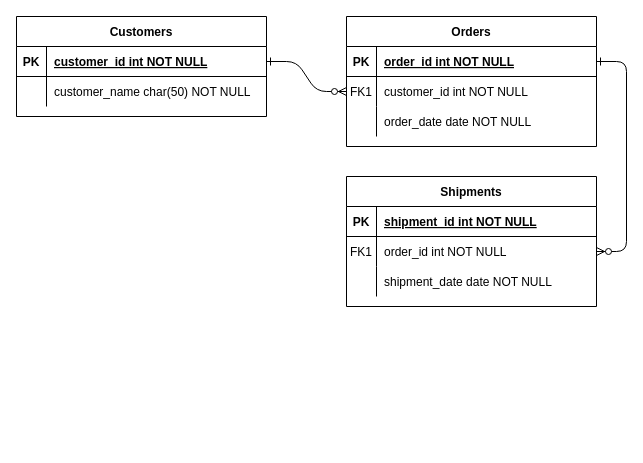
This is parent/practice/FF22.drawio from GarethDooling/FantasyFooty22, a draw.io file, before an edit. Source tidied: cells renumbered, new cells numbered last; positions are measured from the earlier drawing's top-left corner, leaving out a move shared by most shapes. Both pictures are drawn from the tidied source at 100%, with x=0, y=0 at pixel (16, 16).
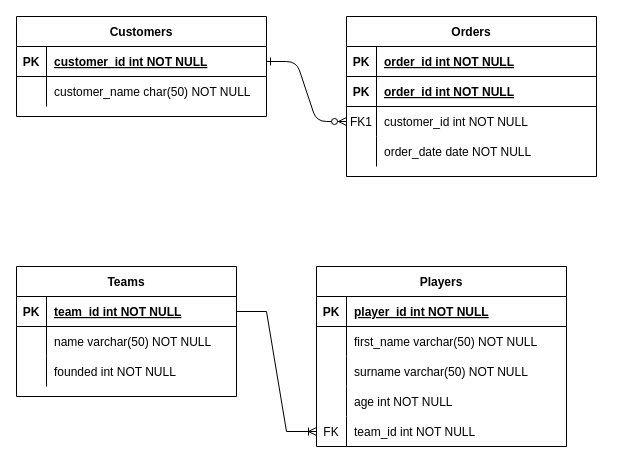
After the change.

The change refers to these unchanged cells:
```xml
<mxCell id="5" style="shape=partialRectangle;fillColor=none;points=[[0,0.5],[1,0.5]];portConstraint=eastwest;top=0;left=0;right=0;bottom=1;" parent="4" vertex="1">
  <mxGeometry y="30" width="250" height="30" as="geometry" />
</mxCell>
```

What changed in the source:
```diff
@@
-    <mxCell id="3" style="edgeStyle=entityRelationEdgeStyle;endArrow=ERzeroToMany;startArrow=ERone;endFill=1;startFill=0;" parent="1" edge="1" source="5" target="18">
-      <mxGeometry relative="1" as="geometry" />
-    </mxCell>
     <mxCell id="4" value="Orders" style="shape=table;startSize=30;childLayout=tableLayout;rowLines=0;fontStyle=1;align=center;" parent="1" vertex="1">
-      <mxGeometry x="330" width="250" height="130" as="geometry" />
+      <mxGeometry x="330" width="250" height="160" as="geometry" />
     </mxCell>
@@
+    <mxCell id="31" style="shape=partialRectangle;fillColor=none;top=0;left=0;right=0;bottom=1;" parent="4" vertex="1">
+      <mxGeometry y="60" width="250" height="30" as="geometry" />
+    </mxCell>
+    <mxCell id="16" value="PK" style="shape=partialRectangle;overflow=hidden;fillColor=none;top=0;left=0;bottom=0;right=0;fontStyle=1;" parent="31" vertex="1">
+      <mxGeometry width="30" height="30" as="geometry" />
+    </mxCell>
+    <mxCell id="20" value="order_id int NOT NULL " style="shape=partialRectangle;overflow=hidden;fillColor=none;top=0;left=0;bottom=0;right=0;align=left;spacingLeft=6;fontStyle=5;" parent="31" vertex="1">
+      <mxGeometry x="30" width="220" height="30" as="geometry" />
+    </mxCell>
     <mxCell id="8" style="shape=partialRectangle;fillColor=none;points=[[0,0.5],[1,0.5]];portConstraint=eastwest;top=0;left=0;right=0;bottom=0;" parent="4" vertex="1">
-      <mxGeometry y="60" width="250" height="30" as="geometry" />
+      <mxGeometry y="90" width="250" height="30" as="geometry" />
     </mxCell>
@@
     <mxCell id="11" style="shape=partialRectangle;fillColor=none;top=0;left=0;right=0;bottom=0;" parent="4" vertex="1">
-      <mxGeometry y="90" width="250" height="30" as="geometry" />
+      <mxGeometry y="120" width="250" height="30" as="geometry" />
     </mxCell>
@@
-    <mxCell id="14" value="Shipments" style="shape=table;startSize=30;childLayout=tableLayout;rowLines=0;fontStyle=1;align=center;" parent="1" vertex="1">
-      <mxGeometry x="330" y="160" width="250" height="130" as="geometry" />
-    </mxCell>
-    <mxCell id="15" style="shape=partialRectangle;fillColor=none;top=0;left=0;right=0;bottom=1;" parent="14" vertex="1">
-      <mxGeometry y="30" width="250" height="30" as="geometry" />
-    </mxCell>
-    <mxCell id="16" value="PK" style="shape=partialRectangle;overflow=hidden;fillColor=none;top=0;left=0;bottom=0;right=0;fontStyle=1;" parent="15" vertex="1">
-      <mxGeometry width="30" height="30" as="geometry" />
-    </mxCell>
-    <mxCell id="17" value="shipment_id int NOT NULL " style="shape=partialRectangle;overflow=hidden;fillColor=none;top=0;left=0;bottom=0;right=0;align=left;spacingLeft=6;fontStyle=5;" parent="15" vertex="1">
-      <mxGeometry x="30" width="220" height="30" as="geometry" />
-    </mxCell>
-    <mxCell id="18" style="shape=partialRectangle;fillColor=none;points=[[0,0.5],[1,0.5]];portConstraint=eastwest;top=0;left=0;right=0;bottom=0;" parent="14" vertex="1">
-      <mxGeometry y="60" width="250" height="30" as="geometry" />
-    </mxCell>
-    <mxCell id="19" value="FK1" style="shape=partialRectangle;overflow=hidden;fillColor=none;top=0;left=0;bottom=0;right=0;" parent="18" vertex="1">
-      <mxGeometry width="30" height="30" as="geometry" />
-    </mxCell>
-    <mxCell id="20" value="order_id int NOT NULL" style="shape=partialRectangle;overflow=hidden;fillColor=none;top=0;left=0;bottom=0;right=0;align=left;spacingLeft=6;" parent="18" vertex="1">
-      <mxGeometry x="30" width="220" height="30" as="geometry" />
-    </mxCell>
-    <mxCell id="21" style="shape=partialRectangle;fillColor=none;top=0;left=0;right=0;bottom=0;" parent="14" vertex="1">
-      <mxGeometry y="90" width="250" height="30" as="geometry" />
-    </mxCell>
-    <mxCell id="22" style="shape=partialRectangle;overflow=hidden;fillColor=none;top=0;left=0;bottom=0;right=0;" parent="21" vertex="1">
-      <mxGeometry width="30" height="30" as="geometry" />
-    </mxCell>
-    <mxCell id="23" value="shipment_date date NOT NULL" style="shape=partialRectangle;overflow=hidden;fillColor=none;top=0;left=0;bottom=0;right=0;align=left;spacingLeft=6;" parent="21" vertex="1">
-      <mxGeometry x="30" width="220" height="30" as="geometry" />
-    </mxCell>
@@
+    <mxCell id="32" value="Teams" style="shape=table;startSize=30;childLayout=tableLayout;rowLines=0;fontStyle=1;align=center;" parent="1" vertex="1">
+      <mxGeometry y="250" width="220" height="130" as="geometry" />
+    </mxCell>
+    <mxCell id="33" style="shape=tableRow;horizontal=0;startSize=0;swimlaneHead=0;swimlaneBody=0;fillColor=none;points=[[0,0.5],[1,0.5]];portConstraint=eastwest;top=0;left=0;right=0;bottom=1;" parent="32" vertex="1">
+      <mxGeometry y="30" width="220" height="30" as="geometry" />
+    </mxCell>
+    <mxCell id="34" value="PK" style="shape=partialRectangle;fillColor=none;top=0;left=0;bottom=0;right=0;fontStyle=1;overflow=hidden;" parent="33" vertex="1">
+      <mxGeometry width="30" height="30" as="geometry" />
+    </mxCell>
+    <mxCell id="35" value="team_id int NOT NULL" style="shape=partialRectangle;fillColor=none;top=0;left=0;bottom=0;right=0;align=left;spacingLeft=6;fontStyle=5;overflow=hidden;" parent="33" vertex="1">
+      <mxGeometry x="30" width="190" height="30" as="geometry" />
+    </mxCell>
+    <mxCell id="36" style="shape=tableRow;horizontal=0;startSize=0;swimlaneHead=0;swimlaneBody=0;fillColor=none;top=0;left=0;right=0;bottom=0;" parent="32" vertex="1">
+      <mxGeometry y="60" width="220" height="30" as="geometry" />
+    </mxCell>
+    <mxCell id="37" style="shape=partialRectangle;fillColor=none;top=0;left=0;bottom=0;right=0;overflow=hidden;" parent="36" vertex="1">
+      <mxGeometry width="30" height="30" as="geometry" />
+    </mxCell>
+    <mxCell id="38" value="name varchar(50) NOT NULL" style="shape=partialRectangle;fillColor=none;top=0;left=0;bottom=0;right=0;align=left;spacingLeft=6;overflow=hidden;" parent="36" vertex="1">
+      <mxGeometry x="30" width="190" height="30" as="geometry" />
+    </mxCell>
+    <mxCell id="39" style="shape=tableRow;horizontal=0;startSize=0;swimlaneHead=0;swimlaneBody=0;fillColor=none;top=0;left=0;right=0;bottom=0;" parent="32" vertex="1">
+      <mxGeometry y="90" width="220" height="30" as="geometry" />
+    </mxCell>
+    <mxCell id="40" style="shape=partialRectangle;fillColor=none;top=0;left=0;bottom=0;right=0;overflow=hidden;" parent="39" vertex="1">
+      <mxGeometry width="30" height="30" as="geometry" />
+    </mxCell>
+    <mxCell id="41" value="founded int NOT NULL" style="shape=partialRectangle;fillColor=none;top=0;left=0;bottom=0;right=0;align=left;spacingLeft=6;overflow=hidden;" parent="39" vertex="1">
+      <mxGeometry x="30" width="190" height="30" as="geometry" />
+    </mxCell>
+    <mxCell id="42" value="Players" style="shape=table;startSize=30;childLayout=tableLayout;rowLines=0;fontStyle=1;align=center;" parent="1" vertex="1">
+      <mxGeometry x="300" y="250" width="250" height="180" as="geometry" />
+    </mxCell>
+    <mxCell id="43" style="shape=tableRow;horizontal=0;startSize=0;swimlaneHead=0;swimlaneBody=0;fillColor=none;top=0;left=0;right=0;bottom=1;" parent="42" vertex="1">
+      <mxGeometry y="30" width="250" height="30" as="geometry" />
+    </mxCell>
+    <mxCell id="44" value="PK" style="shape=partialRectangle;fillColor=none;top=0;left=0;bottom=0;right=0;fontStyle=1;overflow=hidden;" parent="43" vertex="1">
+      <mxGeometry width="30" height="30" as="geometry" />
+    </mxCell>
+    <mxCell id="45" value="player_id int NOT NULL" style="shape=partialRectangle;fillColor=none;top=0;left=0;bottom=0;right=0;align=left;spacingLeft=6;fontStyle=5;overflow=hidden;" parent="43" vertex="1">
+      <mxGeometry x="30" width="220" height="30" as="geometry" />
+    </mxCell>
+    <mxCell id="46" style="shape=tableRow;horizontal=0;startSize=0;swimlaneHead=0;swimlaneBody=0;fillColor=none;top=0;left=0;right=0;bottom=0;" parent="42" vertex="1">
+      <mxGeometry y="60" width="250" height="30" as="geometry" />
+    </mxCell>
+    <mxCell id="47" style="shape=partialRectangle;fillColor=none;top=0;left=0;bottom=0;right=0;overflow=hidden;" parent="46" vertex="1">
+      <mxGeometry width="30" height="30" as="geometry" />
+    </mxCell>
+    <mxCell id="48" value="first_name varchar(50) NOT NULL" style="shape=partialRectangle;fillColor=none;top=0;left=0;bottom=0;right=0;align=left;spacingLeft=6;overflow=hidden;" parent="46" vertex="1">
+      <mxGeometry x="30" width="220" height="30" as="geometry" />
+    </mxCell>
+    <mxCell id="49" style="shape=tableRow;horizontal=0;startSize=0;swimlaneHead=0;swimlaneBody=0;fillColor=none;top=0;left=0;right=0;bottom=0;" parent="42" vertex="1">
+      <mxGeometry y="90" width="250" height="30" as="geometry" />
+    </mxCell>
+    <mxCell id="50" style="shape=partialRectangle;fillColor=none;top=0;left=0;bottom=0;right=0;overflow=hidden;" parent="49" vertex="1">
+      <mxGeometry width="30" height="30" as="geometry" />
+    </mxCell>
+    <mxCell id="51" value="surname varchar(50) NOT NULL" style="shape=partialRectangle;fillColor=none;top=0;left=0;bottom=0;right=0;align=left;spacingLeft=6;overflow=hidden;" parent="49" vertex="1">
+      <mxGeometry x="30" width="220" height="30" as="geometry" />
+    </mxCell>
+    <mxCell id="52" style="shape=tableRow;horizontal=0;startSize=0;swimlaneHead=0;swimlaneBody=0;fillColor=none;top=0;left=0;right=0;bottom=0;" parent="42" vertex="1">
+      <mxGeometry y="120" width="250" height="30" as="geometry" />
+    </mxCell>
+    <mxCell id="53" style="shape=partialRectangle;fillColor=none;top=0;left=0;bottom=0;right=0;overflow=hidden;" parent="52" vertex="1">
+      <mxGeometry width="30" height="30" as="geometry" />
+    </mxCell>
+    <mxCell id="54" value="age int NOT NULL" style="shape=partialRectangle;fillColor=none;top=0;left=0;bottom=0;right=0;align=left;spacingLeft=6;overflow=hidden;" parent="52" vertex="1">
+      <mxGeometry x="30" width="220" height="30" as="geometry" />
+    </mxCell>
+    <mxCell id="55" style="shape=tableRow;horizontal=0;startSize=0;swimlaneHead=0;swimlaneBody=0;fillColor=none;points=[[0,0.5],[1,0.5]];portConstraint=eastwest;top=0;left=0;right=0;bottom=0;" parent="42" vertex="1">
+      <mxGeometry y="150" width="250" height="30" as="geometry" />
+    </mxCell>
+    <mxCell id="56" value="FK" style="shape=partialRectangle;fillColor=none;top=0;left=0;bottom=0;right=0;overflow=hidden;" parent="55" vertex="1">
+      <mxGeometry width="30" height="30" as="geometry" />
+    </mxCell>
+    <mxCell id="57" value="team_id int NOT NULL" style="shape=partialRectangle;fillColor=none;top=0;left=0;bottom=0;right=0;align=left;spacingLeft=6;overflow=hidden;" parent="55" vertex="1">
+      <mxGeometry x="30" width="220" height="30" as="geometry" />
+    </mxCell>
+    <mxCell id="58" style="edgeStyle=entityRelationEdgeStyle;fontSize=12;html=1;endArrow=ERoneToMany;rounded=0;entryX=0;entryY=0.5;entryDx=0;entryDy=0;exitX=1;exitY=0.5;exitDx=0;exitDy=0;" parent="1" edge="1" source="33" target="55">
+      <mxGeometry relative="1" as="geometry" />
+    </mxCell>
```
